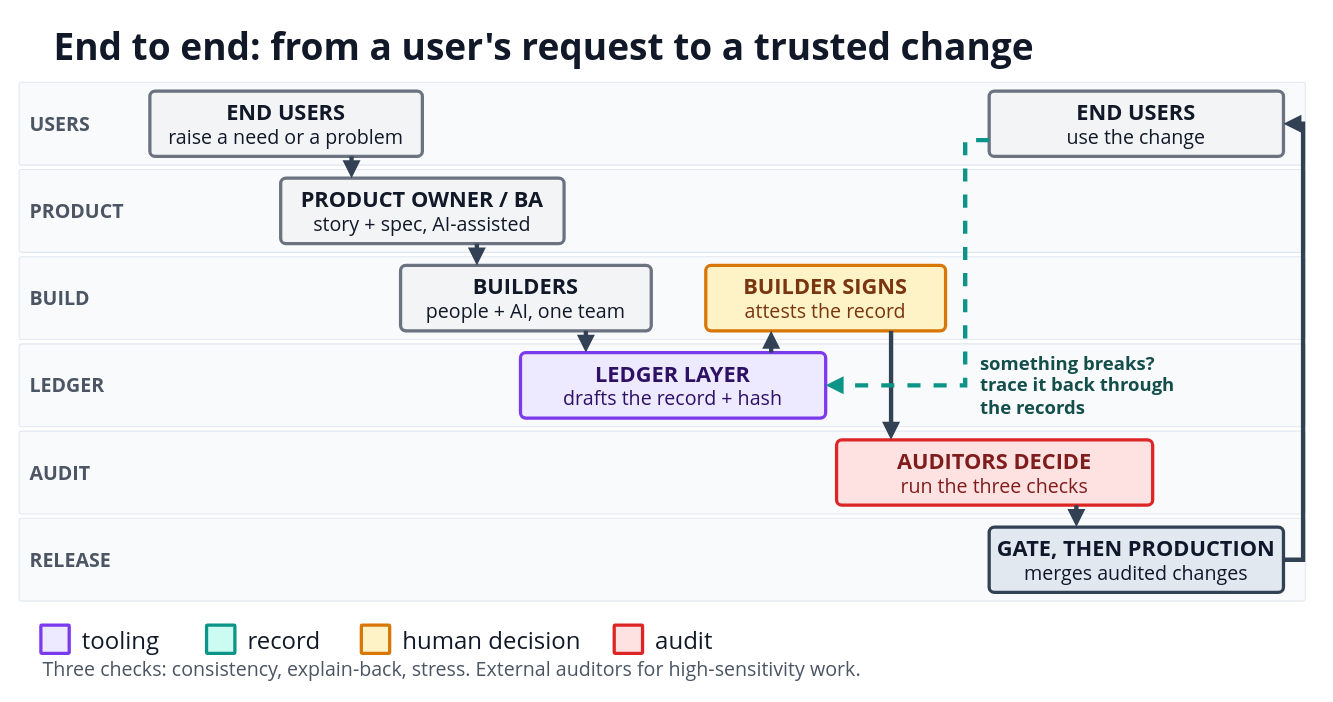
This is diagrams/10-end-to-end.drawio from i-asimkhan/ledger-layer-pattern, a draw.io file, before an edit. Source tidied: cells renumbered, new cells numbered last; positions are measured from the earlier drawing's top-left corner, leaving out a move shared by most shapes. Both pictures are drawn from the tidied source at 109%, with x=0, y=0 at pixel (19, 19).
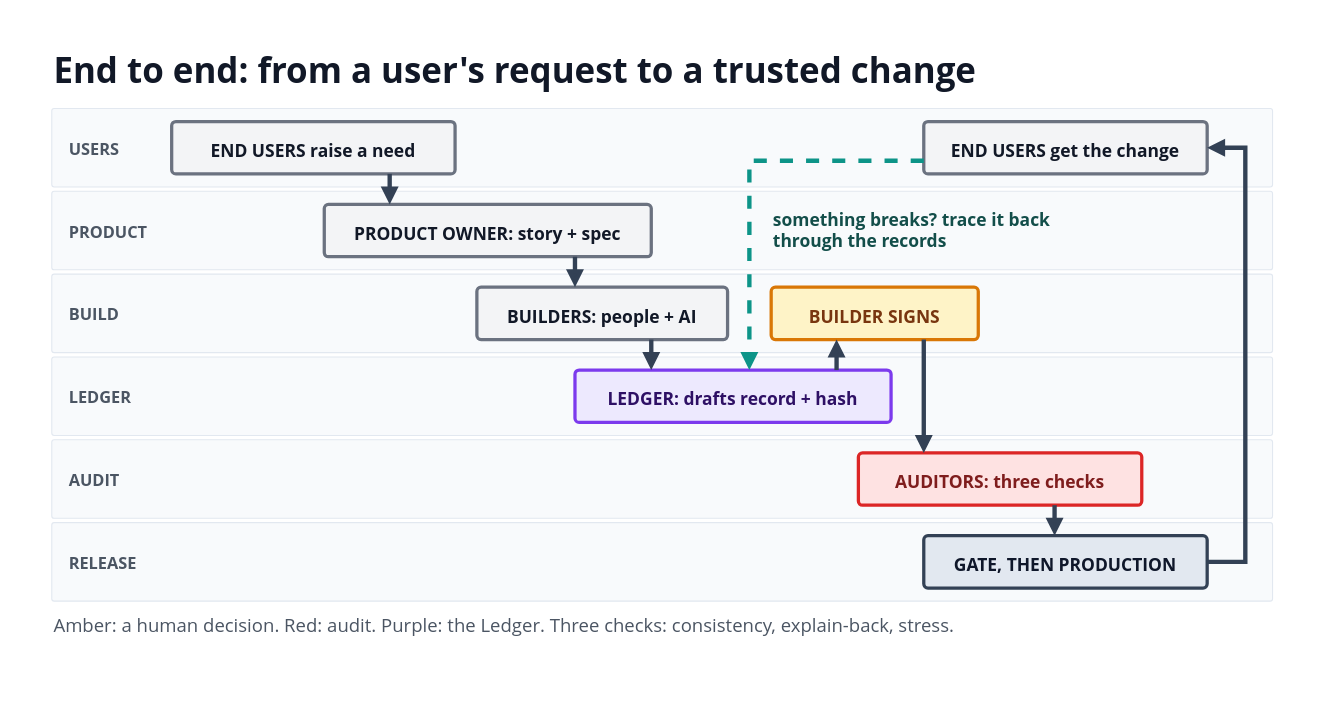
The same diagram, later.

Change to the diagram source:
```diff
@@
-    <mxCell id="2" value="End to end: from a user&amp;#x27;s request to a trusted change" style="text;html=1;strokeColor=none;fillColor=none;whiteSpace=wrap;verticalAlign=middle;align=left;fontSize=34;fontColor=#111827;fontFamily=Segoe UI;fontStyle=1;" parent="1" vertex="1">
-      <mxGeometry x="30" width="1120" height="50" as="geometry" />
+    <mxCell id="2" value="End to end: from a user&amp;#x27;s request to a trusted change" style="text;html=1;strokeColor=none;fillColor=none;whiteSpace=wrap;verticalAlign=middle;align=left;fontSize=32;fontColor=#111827;fontFamily=Segoe UI;fontStyle=1;" parent="1" vertex="1">
+      <mxGeometry x="30" y="26" width="1120" height="42" as="geometry" />
     </mxCell>
     <mxCell id="3" style="rounded=1;arcSize=3;whiteSpace=wrap;html=1;fillColor=#F8FAFC;strokeColor=#E2E8F0;strokeWidth=1;" parent="1" vertex="1">
-      <mxGeometry y="58" width="1180" height="76" as="geometry" />
+      <mxGeometry x="30" y="82" width="1120" height="72" as="geometry" />
     </mxCell>
-    <mxCell id="4" value="USERS" style="text;html=1;strokeColor=none;fillColor=none;whiteSpace=wrap;verticalAlign=middle;align=left;fontSize=18;fontColor=#4B5563;fontFamily=Segoe UI;fontStyle=1;" parent="1" vertex="1">
-      <mxGeometry x="8" y="56" width="100" height="80" as="geometry" />
+    <mxCell id="4" value="USERS" style="text;html=1;strokeColor=none;fillColor=none;whiteSpace=wrap;verticalAlign=middle;align=left;fontSize=15;fontColor=#4B5563;fontFamily=Segoe UI;fontStyle=1;" parent="1" vertex="1">
+      <mxGeometry x="44" y="80" width="90" height="76" as="geometry" />
     </mxCell>
     <mxCell id="5" style="rounded=1;arcSize=3;whiteSpace=wrap;html=1;fillColor=#F8FAFC;strokeColor=#E2E8F0;strokeWidth=1;" parent="1" vertex="1">
-      <mxGeometry y="138" width="1180" height="76" as="geometry" />
+      <mxGeometry x="30" y="158" width="1120" height="72" as="geometry" />
     </mxCell>
-    <mxCell id="6" value="PRODUCT" style="text;html=1;strokeColor=none;fillColor=none;whiteSpace=wrap;verticalAlign=middle;align=left;fontSize=18;fontColor=#4B5563;fontFamily=Segoe UI;fontStyle=1;" parent="1" vertex="1">
-      <mxGeometry x="8" y="136" width="100" height="80" as="geometry" />
+    <mxCell id="6" value="PRODUCT" style="text;html=1;strokeColor=none;fillColor=none;whiteSpace=wrap;verticalAlign=middle;align=left;fontSize=15;fontColor=#4B5563;fontFamily=Segoe UI;fontStyle=1;" parent="1" vertex="1">
+      <mxGeometry x="44" y="156" width="90" height="76" as="geometry" />
     </mxCell>
     <mxCell id="7" style="rounded=1;arcSize=3;whiteSpace=wrap;html=1;fillColor=#F8FAFC;strokeColor=#E2E8F0;strokeWidth=1;" parent="1" vertex="1">
-      <mxGeometry y="218" width="1180" height="76" as="geometry" />
+      <mxGeometry x="30" y="234" width="1120" height="72" as="geometry" />
     </mxCell>
-    <mxCell id="8" value="BUILD" style="text;html=1;strokeColor=none;fillColor=none;whiteSpace=wrap;verticalAlign=middle;align=left;fontSize=18;fontColor=#4B5563;fontFamily=Segoe UI;fontStyle=1;" parent="1" vertex="1">
-      <mxGeometry x="8" y="216" width="100" height="80" as="geometry" />
+    <mxCell id="8" value="BUILD" style="text;html=1;strokeColor=none;fillColor=none;whiteSpace=wrap;verticalAlign=middle;align=left;fontSize=15;fontColor=#4B5563;fontFamily=Segoe UI;fontStyle=1;" parent="1" vertex="1">
+      <mxGeometry x="44" y="232" width="90" height="76" as="geometry" />
     </mxCell>
     <mxCell id="9" style="rounded=1;arcSize=3;whiteSpace=wrap;html=1;fillColor=#F8FAFC;strokeColor=#E2E8F0;strokeWidth=1;" parent="1" vertex="1">
-      <mxGeometry y="298" width="1180" height="76" as="geometry" />
+      <mxGeometry x="30" y="310" width="1120" height="72" as="geometry" />
     </mxCell>
-    <mxCell id="10" value="LEDGER" style="text;html=1;strokeColor=none;fillColor=none;whiteSpace=wrap;verticalAlign=middle;align=left;fontSize=18;fontColor=#4B5563;fontFamily=Segoe UI;fontStyle=1;" parent="1" vertex="1">
-      <mxGeometry x="8" y="296" width="100" height="80" as="geometry" />
+    <mxCell id="10" value="LEDGER" style="text;html=1;strokeColor=none;fillColor=none;whiteSpace=wrap;verticalAlign=middle;align=left;fontSize=15;fontColor=#4B5563;fontFamily=Segoe UI;fontStyle=1;" parent="1" vertex="1">
+      <mxGeometry x="44" y="308" width="90" height="76" as="geometry" />
     </mxCell>
     <mxCell id="11" style="rounded=1;arcSize=3;whiteSpace=wrap;html=1;fillColor=#F8FAFC;strokeColor=#E2E8F0;strokeWidth=1;" parent="1" vertex="1">
-      <mxGeometry y="378" width="1180" height="76" as="geometry" />
+      <mxGeometry x="30" y="386" width="1120" height="72" as="geometry" />
     </mxCell>
-    <mxCell id="12" value="AUDIT" style="text;html=1;strokeColor=none;fillColor=none;whiteSpace=wrap;verticalAlign=middle;align=left;fontSize=18;fontColor=#4B5563;fontFamily=Segoe UI;fontStyle=1;" parent="1" vertex="1">
-      <mxGeometry x="8" y="376" width="100" height="80" as="geometry" />
+    <mxCell id="12" value="AUDIT" style="text;html=1;strokeColor=none;fillColor=none;whiteSpace=wrap;verticalAlign=middle;align=left;fontSize=15;fontColor=#4B5563;fontFamily=Segoe UI;fontStyle=1;" parent="1" vertex="1">
+      <mxGeometry x="44" y="384" width="90" height="76" as="geometry" />
     </mxCell>
     <mxCell id="13" style="rounded=1;arcSize=3;whiteSpace=wrap;html=1;fillColor=#F8FAFC;strokeColor=#E2E8F0;strokeWidth=1;" parent="1" vertex="1">
-      <mxGeometry y="458" width="1180" height="76" as="geometry" />
+      <mxGeometry x="30" y="462" width="1120" height="72" as="geometry" />
     </mxCell>
-    <mxCell id="14" value="RELEASE" style="text;html=1;strokeColor=none;fillColor=none;whiteSpace=wrap;verticalAlign=middle;align=left;fontSize=18;fontColor=#4B5563;fontFamily=Segoe UI;fontStyle=1;" parent="1" vertex="1">
-      <mxGeometry x="8" y="456" width="100" height="80" as="geometry" />
+    <mxCell id="14" value="RELEASE" style="text;html=1;strokeColor=none;fillColor=none;whiteSpace=wrap;verticalAlign=middle;align=left;fontSize=15;fontColor=#4B5563;fontFamily=Segoe UI;fontStyle=1;" parent="1" vertex="1">
+      <mxGeometry x="44" y="460" width="90" height="76" as="geometry" />
     </mxCell>
-    <mxCell id="15" value="&lt;span style=&quot;font-size:20px&quot;&gt;&lt;b&gt;END USERS&lt;/b&gt;&lt;/span&gt;&lt;br&gt;&lt;span style=&quot;font-size:18px&quot;&gt;raise a need or a problem&lt;/span&gt;" style="rounded=1;arcSize=8;whiteSpace=wrap;html=1;fillColor=#F3F4F6;strokeColor=#6B7280;fontColor=#111827;strokeWidth=3;align=center;verticalAlign=middle;fontSize=18;fontFamily=Segoe UI;" parent="1" vertex="1">
-      <mxGeometry x="120" y="66" width="250" height="60" as="geometry" />
+    <mxCell id="15" value="&lt;span style=&quot;font-size:16px&quot;&gt;&lt;b&gt;END USERS raise a need&lt;/b&gt;&lt;/span&gt;" style="rounded=1;arcSize=8;whiteSpace=wrap;html=1;fillColor=#F3F4F6;strokeColor=#6B7280;fontColor=#111827;strokeWidth=3;align=center;verticalAlign=middle;fontSize=24;fontFamily=Segoe UI;spacing=14;" parent="1" vertex="1">
+      <mxGeometry x="140" y="94" width="260" height="48" as="geometry" />
     </mxCell>
-    <mxCell id="16" value="&lt;span style=&quot;font-size:20px&quot;&gt;&lt;b&gt;PRODUCT OWNER / BA&lt;/b&gt;&lt;/span&gt;&lt;br&gt;&lt;span style=&quot;font-size:18px&quot;&gt;story + spec, AI-assisted&lt;/span&gt;" style="rounded=1;arcSize=8;whiteSpace=wrap;html=1;fillColor=#F3F4F6;strokeColor=#6B7280;fontColor=#111827;strokeWidth=3;align=center;verticalAlign=middle;fontSize=18;fontFamily=Segoe UI;" parent="1" vertex="1">
-      <mxGeometry x="240" y="146" width="260" height="60" as="geometry" />
+    <mxCell id="16" value="&lt;span style=&quot;font-size:16px&quot;&gt;&lt;b&gt;PRODUCT OWNER: story + spec&lt;/b&gt;&lt;/span&gt;" style="rounded=1;arcSize=8;whiteSpace=wrap;html=1;fillColor=#F3F4F6;strokeColor=#6B7280;fontColor=#111827;strokeWidth=3;align=center;verticalAlign=middle;fontSize=24;fontFamily=Segoe UI;spacing=14;" parent="1" vertex="1">
+      <mxGeometry x="280" y="170" width="300" height="48" as="geometry" />
     </mxCell>
-    <mxCell id="17" value="&lt;span style=&quot;font-size:20px&quot;&gt;&lt;b&gt;BUILDERS&lt;/b&gt;&lt;/span&gt;&lt;br&gt;&lt;span style=&quot;font-size:18px&quot;&gt;people + AI, one team&lt;/span&gt;" style="rounded=1;arcSize=8;whiteSpace=wrap;html=1;fillColor=#F3F4F6;strokeColor=#6B7280;fontColor=#111827;strokeWidth=3;align=center;verticalAlign=middle;fontSize=18;fontFamily=Segoe UI;" parent="1" vertex="1">
-      <mxGeometry x="350" y="226" width="230" height="60" as="geometry" />
+    <mxCell id="17" value="&lt;span style=&quot;font-size:16px&quot;&gt;&lt;b&gt;BUILDERS: people + AI&lt;/b&gt;&lt;/span&gt;" style="rounded=1;arcSize=8;whiteSpace=wrap;html=1;fillColor=#F3F4F6;strokeColor=#6B7280;fontColor=#111827;strokeWidth=3;align=center;verticalAlign=middle;fontSize=24;fontFamily=Segoe UI;spacing=14;" parent="1" vertex="1">
+      <mxGeometry x="420" y="246" width="230" height="48" as="geometry" />
     </mxCell>
-    <mxCell id="18" value="&lt;span style=&quot;font-size:20px&quot;&gt;&lt;b&gt;LEDGER LAYER&lt;/b&gt;&lt;/span&gt;&lt;br&gt;&lt;span style=&quot;font-size:18px&quot;&gt;drafts the record + hash&lt;/span&gt;" style="rounded=1;arcSize=8;whiteSpace=wrap;html=1;fillColor=#EDE9FE;strokeColor=#7C3AED;fontColor=#2E1065;strokeWidth=3;align=center;verticalAlign=middle;fontSize=18;fontFamily=Segoe UI;" parent="1" vertex="1">
-      <mxGeometry x="460" y="306" width="280" height="60" as="geometry" />
+    <mxCell id="18" value="&lt;span style=&quot;font-size:16px&quot;&gt;&lt;b&gt;LEDGER: drafts record + hash&lt;/b&gt;&lt;/span&gt;" style="rounded=1;arcSize=8;whiteSpace=wrap;html=1;fillColor=#EDE9FE;strokeColor=#7C3AED;fontColor=#2E1065;strokeWidth=3;align=center;verticalAlign=middle;fontSize=24;fontFamily=Segoe UI;spacing=14;" parent="1" vertex="1">
+      <mxGeometry x="510" y="322" width="290" height="48" as="geometry" />
     </mxCell>
-    <mxCell id="19" value="&lt;span style=&quot;font-size:20px&quot;&gt;&lt;b&gt;BUILDER SIGNS&lt;/b&gt;&lt;/span&gt;&lt;br&gt;&lt;span style=&quot;font-size:18px&quot;&gt;attests the record&lt;/span&gt;" style="rounded=1;arcSize=8;whiteSpace=wrap;html=1;fillColor=#FEF3C7;strokeColor=#D97706;fontColor=#78350F;strokeWidth=3;align=center;verticalAlign=middle;fontSize=18;fontFamily=Segoe UI;" parent="1" vertex="1">
-      <mxGeometry x="630" y="226" width="220" height="60" as="geometry" />
+    <mxCell id="19" value="&lt;span style=&quot;font-size:16px&quot;&gt;&lt;b&gt;BUILDER SIGNS&lt;/b&gt;&lt;/span&gt;" style="rounded=1;arcSize=8;whiteSpace=wrap;html=1;fillColor=#FEF3C7;strokeColor=#D97706;fontColor=#78350F;strokeWidth=3;align=center;verticalAlign=middle;fontSize=24;fontFamily=Segoe UI;spacing=14;" parent="1" vertex="1">
+      <mxGeometry x="690" y="246" width="190" height="48" as="geometry" />
     </mxCell>
-    <mxCell id="20" value="&lt;span style=&quot;font-size:20px&quot;&gt;&lt;b&gt;AUDITORS DECIDE&lt;/b&gt;&lt;/span&gt;&lt;br&gt;&lt;span style=&quot;font-size:18px&quot;&gt;run the three checks&lt;/span&gt;" style="rounded=1;arcSize=8;whiteSpace=wrap;html=1;fillColor=#FEE2E2;strokeColor=#DC2626;fontColor=#7F1D1D;strokeWidth=3;align=center;verticalAlign=middle;fontSize=18;fontFamily=Segoe UI;" parent="1" vertex="1">
-      <mxGeometry x="750" y="386" width="290" height="60" as="geometry" />
+    <mxCell id="20" value="&lt;span style=&quot;font-size:16px&quot;&gt;&lt;b&gt;AUDITORS: three checks&lt;/b&gt;&lt;/span&gt;" style="rounded=1;arcSize=8;whiteSpace=wrap;html=1;fillColor=#FEE2E2;strokeColor=#DC2626;fontColor=#7F1D1D;strokeWidth=3;align=center;verticalAlign=middle;fontSize=24;fontFamily=Segoe UI;spacing=14;" parent="1" vertex="1">
+      <mxGeometry x="770" y="398" width="260" height="48" as="geometry" />
     </mxCell>
-    <mxCell id="21" value="&lt;span style=&quot;font-size:20px&quot;&gt;&lt;b&gt;GATE, THEN PRODUCTION&lt;/b&gt;&lt;/span&gt;&lt;br&gt;&lt;span style=&quot;font-size:18px&quot;&gt;merges audited changes&lt;/span&gt;" style="rounded=1;arcSize=8;whiteSpace=wrap;html=1;fillColor=#E2E8F0;strokeColor=#334155;fontColor=#0F172A;strokeWidth=3;align=center;verticalAlign=middle;fontSize=18;fontFamily=Segoe UI;" parent="1" vertex="1">
-      <mxGeometry x="890" y="466" width="270" height="60" as="geometry" />
+    <mxCell id="21" value="&lt;span style=&quot;font-size:16px&quot;&gt;&lt;b&gt;GATE, THEN PRODUCTION&lt;/b&gt;&lt;/span&gt;" style="rounded=1;arcSize=8;whiteSpace=wrap;html=1;fillColor=#E2E8F0;strokeColor=#334155;fontColor=#0F172A;strokeWidth=3;align=center;verticalAlign=middle;fontSize=24;fontFamily=Segoe UI;spacing=14;" parent="1" vertex="1">
+      <mxGeometry x="830" y="474" width="260" height="48" as="geometry" />
     </mxCell>
-    <mxCell id="22" value="&lt;span style=&quot;font-size:20px&quot;&gt;&lt;b&gt;END USERS&lt;/b&gt;&lt;/span&gt;&lt;br&gt;&lt;span style=&quot;font-size:18px&quot;&gt;use the change&lt;/span&gt;" style="rounded=1;arcSize=8;whiteSpace=wrap;html=1;fillColor=#F3F4F6;strokeColor=#6B7280;fontColor=#111827;strokeWidth=3;align=center;verticalAlign=middle;fontSize=18;fontFamily=Segoe UI;" parent="1" vertex="1">
-      <mxGeometry x="890" y="66" width="270" height="60" as="geometry" />
+    <mxCell id="22" value="&lt;span style=&quot;font-size:16px&quot;&gt;&lt;b&gt;END USERS get the change&lt;/b&gt;&lt;/span&gt;" style="rounded=1;arcSize=8;whiteSpace=wrap;html=1;fillColor=#F3F4F6;strokeColor=#6B7280;fontColor=#111827;strokeWidth=3;align=center;verticalAlign=middle;fontSize=24;fontFamily=Segoe UI;spacing=14;" parent="1" vertex="1">
+      <mxGeometry x="830" y="94" width="260" height="48" as="geometry" />
     </mxCell>
     <mxCell id="23" style="endArrow=block;endFill=1;html=1;rounded=0;strokeColor=#334155;strokeWidth=4;" parent="1" edge="1">
       <mxGeometry relative="1" as="geometry">
-        <mxPoint x="305" y="126" as="sourcePoint" />
-        <mxPoint x="305" y="146" as="targetPoint" />
+        <mxPoint x="340" y="142" as="sourcePoint" />
+        <mxPoint x="340" y="170" as="targetPoint" />
       </mxGeometry>
     </mxCell>
     <mxCell id="24" style="endArrow=block;endFill=1;html=1;rounded=0;strokeColor=#334155;strokeWidth=4;" parent="1" edge="1">
       <mxGeometry relative="1" as="geometry">
-        <mxPoint x="420" y="206" as="sourcePoint" />
-        <mxPoint x="420" y="226" as="targetPoint" />
+        <mxPoint x="510" y="218" as="sourcePoint" />
+        <mxPoint x="510" y="246" as="targetPoint" />
       </mxGeometry>
     </mxCell>
     <mxCell id="25" style="endArrow=block;endFill=1;html=1;rounded=0;strokeColor=#334155;strokeWidth=4;" parent="1" edge="1">
       <mxGeometry relative="1" as="geometry">
-        <mxPoint x="520" y="286" as="sourcePoint" />
-        <mxPoint x="520" y="306" as="targetPoint" />
+        <mxPoint x="580" y="294" as="sourcePoint" />
+        <mxPoint x="580" y="322" as="targetPoint" />
       </mxGeometry>
     </mxCell>
     <mxCell id="26" style="endArrow=block;endFill=1;html=1;rounded=0;strokeColor=#334155;strokeWidth=4;" parent="1" edge="1">
       <mxGeometry relative="1" as="geometry">
-        <mxPoint x="690" y="306" as="sourcePoint" />
-        <mxPoint x="690" y="286" as="targetPoint" />
+        <mxPoint x="750" y="322" as="sourcePoint" />
+        <mxPoint x="750" y="294" as="targetPoint" />
       </mxGeometry>
     </mxCell>
     <mxCell id="27" style="endArrow=block;endFill=1;html=1;rounded=0;strokeColor=#334155;strokeWidth=4;" parent="1" edge="1">
       <mxGeometry relative="1" as="geometry">
-        <mxPoint x="800" y="286" as="sourcePoint" />
-        <mxPoint x="800" y="386" as="targetPoint" />
+        <mxPoint x="830" y="294" as="sourcePoint" />
+        <mxPoint x="830" y="398" as="targetPoint" />
       </mxGeometry>
     </mxCell>
     <mxCell id="28" style="endArrow=block;endFill=1;html=1;rounded=0;strokeColor=#334155;strokeWidth=4;" parent="1" edge="1">
       <mxGeometry relative="1" as="geometry">
-        <mxPoint x="970" y="446" as="sourcePoint" />
-        <mxPoint x="970" y="466" as="targetPoint" />
+        <mxPoint x="950" y="446" as="sourcePoint" />
+        <mxPoint x="950" y="474" as="targetPoint" />
       </mxGeometry>
     </mxCell>
     <mxCell id="29" style="endArrow=block;endFill=1;html=1;rounded=0;strokeColor=#334155;strokeWidth=4;" parent="1" edge="1">
       <mxGeometry relative="1" as="geometry">
-        <mxPoint x="1160" y="496" as="sourcePoint" />
-        <mxPoint x="1160" y="96" as="targetPoint" />
+        <mxPoint x="1090" y="498" as="sourcePoint" />
+        <mxPoint x="1090" y="118" as="targetPoint" />
         <Array as="points">
-          <mxPoint x="1178" y="496" />
-          <mxPoint x="1178" y="96" />
+          <mxPoint x="1125" y="498" />
+          <mxPoint x="1125" y="118" />
         </Array>
       </mxGeometry>
     </mxCell>
     <mxCell id="30" style="endArrow=block;endFill=1;html=1;rounded=0;strokeColor=#0D9488;strokeWidth=4;dashed=1;" parent="1" edge="1">
       <mxGeometry relative="1" as="geometry">
-        <mxPoint x="890" y="111" as="sourcePoint" />
-        <mxPoint x="740" y="336" as="targetPoint" />
+        <mxPoint x="830" y="130" as="sourcePoint" />
+        <mxPoint x="670" y="322" as="targetPoint" />
         <Array as="points">
-          <mxPoint x="868" y="111" />
-          <mxPoint x="868" y="336" />
+          <mxPoint x="670" y="130" />
         </Array>
       </mxGeometry>
     </mxCell>
-    <mxCell id="31" value="something breaks?&lt;br&gt;trace it back through&lt;br&gt;the records" style="text;html=1;strokeColor=none;fillColor=none;whiteSpace=wrap;verticalAlign=middle;align=left;fontSize=17;fontColor=#134E4A;fontFamily=Segoe UI;fontStyle=1;" parent="1" vertex="1">
-      <mxGeometry x="880" y="296" width="290" height="80" as="geometry" />
+    <mxCell id="31" value="something breaks? trace it back&lt;br&gt;through the records" style="text;html=1;strokeColor=none;fillColor=none;whiteSpace=wrap;verticalAlign=middle;align=left;fontSize=16;fontColor=#134E4A;fontFamily=Segoe UI;fontStyle=1;" parent="1" vertex="1">
+      <mxGeometry x="690" y="160" width="400" height="68" as="geometry" />
     </mxCell>
-    <mxCell id="32" style="rounded=1;arcSize=3;whiteSpace=wrap;html=1;fillColor=#EDE9FE;strokeColor=#7C3AED;strokeWidth=3;" parent="1" vertex="1">
-      <mxGeometry x="20" y="556" width="26" height="26" as="geometry" />
+    <mxCell id="32" value="Amber: a human decision. Red: audit. Purple: the Ledger. Three checks: consistency, explain-back, stress." style="text;html=1;strokeColor=none;fillColor=none;whiteSpace=wrap;verticalAlign=middle;align=left;fontSize=17;fontColor=#4B5563;fontFamily=Segoe UI;fontStyle=0;" parent="1" vertex="1">
+      <mxGeometry x="30" y="542" width="1120" height="30" as="geometry" />
     </mxCell>
-    <mxCell id="33" value="tooling" style="text;html=1;strokeColor=none;fillColor=none;whiteSpace=wrap;verticalAlign=middle;align=left;fontSize=22;fontColor=#111827;fontFamily=Segoe UI;fontStyle=0;" parent="1" vertex="1">
-      <mxGeometry x="56" y="552" width="90" height="34" as="geometry" />
-    </mxCell>
-    <mxCell id="34" style="rounded=1;arcSize=3;whiteSpace=wrap;html=1;fillColor=#CCFBF1;strokeColor=#0D9488;strokeWidth=3;" parent="1" vertex="1">
-      <mxGeometry x="172" y="556" width="26" height="26" as="geometry" />
-    </mxCell>
-    <mxCell id="35" value="record" style="text;html=1;strokeColor=none;fillColor=none;whiteSpace=wrap;verticalAlign=middle;align=left;fontSize=22;fontColor=#111827;fontFamily=Segoe UI;fontStyle=0;" parent="1" vertex="1">
-      <mxGeometry x="208" y="552" width="80" height="34" as="geometry" />
-    </mxCell>
-    <mxCell id="36" style="rounded=1;arcSize=3;whiteSpace=wrap;html=1;fillColor=#FEF3C7;strokeColor=#D97706;strokeWidth=3;" parent="1" vertex="1">
-      <mxGeometry x="314" y="556" width="26" height="26" as="geometry" />
-    </mxCell>
-    <mxCell id="37" value="human decision" style="text;html=1;strokeColor=none;fillColor=none;whiteSpace=wrap;verticalAlign=middle;align=left;fontSize=22;fontColor=#111827;fontFamily=Segoe UI;fontStyle=0;" parent="1" vertex="1">
-      <mxGeometry x="350" y="552" width="170" height="34" as="geometry" />
-    </mxCell>
-    <mxCell id="38" style="rounded=1;arcSize=3;whiteSpace=wrap;html=1;fillColor=#FEE2E2;strokeColor=#DC2626;strokeWidth=3;" parent="1" vertex="1">
-      <mxGeometry x="546" y="556" width="26" height="26" as="geometry" />
-    </mxCell>
-    <mxCell id="39" value="audit" style="text;html=1;strokeColor=none;fillColor=none;whiteSpace=wrap;verticalAlign=middle;align=left;fontSize=22;fontColor=#111827;fontFamily=Segoe UI;fontStyle=0;" parent="1" vertex="1">
-      <mxGeometry x="582" y="552" width="70" height="34" as="geometry" />
-    </mxCell>
-    <mxCell id="40" value="Three checks: consistency, explain-back, stress. External auditors for high-sensitivity work." style="text;html=1;strokeColor=none;fillColor=none;whiteSpace=wrap;verticalAlign=middle;align=left;fontSize=18;fontColor=#4B5563;fontFamily=Segoe UI;fontStyle=0;" parent="1" vertex="1">
-      <mxGeometry x="20" y="582" width="1140" height="28" as="geometry" />
-    </mxCell>
```
